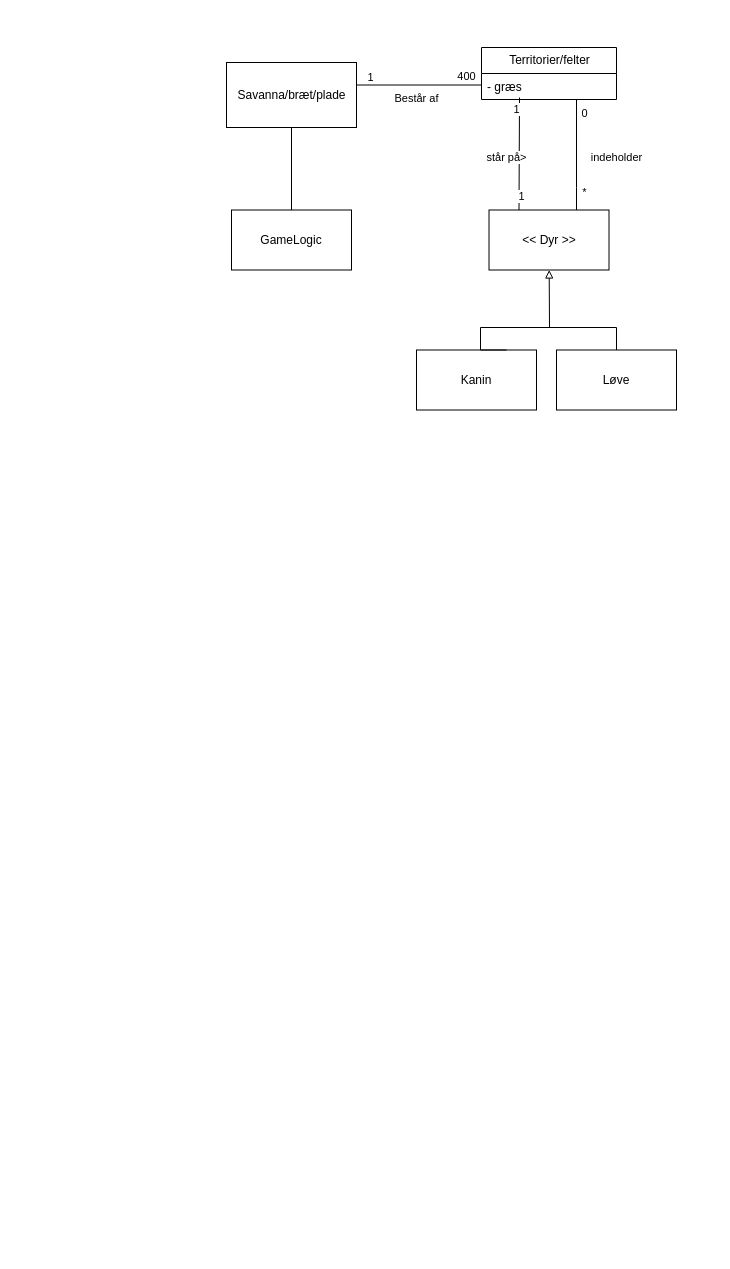
Earlier version of the draw.io diagram SavannahGame_Domain.drawio (JesperlaCour/SavannahGame). Source tidied: cells renumbered, new cells numbered last; positions are measured from the earlier drawing's top-left corner, leaving out a move shared by most shapes. Both pictures are drawn from the tidied source at 100%, with x=0, y=0 at pixel (226, 47).
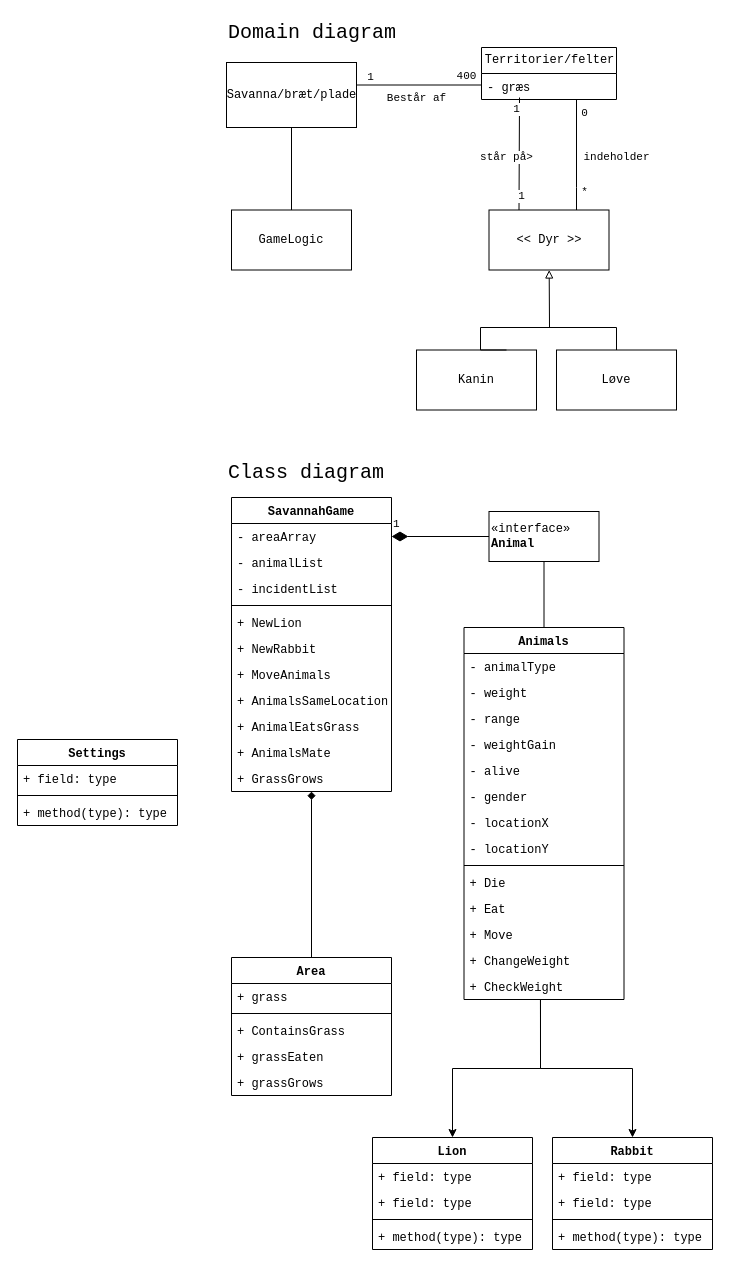
The same diagram, later.

Diff of the diagram source:
```diff
@@
-    <mxCell id="2" value="Består af" style="edgeStyle=orthogonalEdgeStyle;rounded=0;orthogonalLoop=1;jettySize=auto;html=1;endArrow=none;endFill=0;" parent="1" edge="1">
+    <mxCell id="2" value="Består af" style="edgeStyle=orthogonalEdgeStyle;rounded=0;orthogonalLoop=1;jettySize=auto;html=1;endArrow=none;endFill=0;fontFamily=Courier New;" parent="1" edge="1">
       <mxGeometry x="-0.04" y="-12" relative="1" as="geometry">
         <mxPoint x="130" y="37.5" as="sourcePoint" />
         <mxPoint x="255" y="37.5" as="targetPoint" />
         <mxPoint y="1" as="offset" />
       </mxGeometry>
     </mxCell>
-    <mxCell id="3" value="1" style="edgeLabel;html=1;align=center;verticalAlign=middle;" parent="2" vertex="1">
+    <mxCell id="3" value="1" style="edgeLabel;html=1;align=center;verticalAlign=middle;fontFamily=Courier New;" parent="2" vertex="1">
       <mxGeometry x="-0.66" y="-1" relative="1" as="geometry">
         <mxPoint x="-8" y="-9.5" as="offset" />
       </mxGeometry>
     </mxCell>
-    <mxCell id="4" value="400" style="edgeLabel;html=1;align=center;verticalAlign=middle;" parent="2" vertex="1">
+    <mxCell id="4" value="400" style="edgeLabel;html=1;align=center;verticalAlign=middle;fontFamily=Courier New;" parent="2" vertex="1">
       <mxGeometry x="0.82" y="1" relative="1" as="geometry">
         <mxPoint x="-5" y="-8.5" as="offset" />
       </mxGeometry>
     </mxCell>
-    <mxCell id="5" style="edgeStyle=orthogonalEdgeStyle;rounded=0;jettySize=auto;html=1;endArrow=none;endFill=0;" parent="1" edge="1" source="6" target="17">
+    <mxCell id="5" style="edgeStyle=orthogonalEdgeStyle;rounded=0;jettySize=auto;html=1;endArrow=none;endFill=0;fontFamily=Courier New;" parent="1" edge="1" source="6" target="17">
       <mxGeometry relative="1" as="geometry" />
     </mxCell>
-    <mxCell id="6" value="Savanna/bræt/plade" style="html=1;" parent="1" vertex="1">
+    <mxCell id="6" value="Savanna/bræt/plade" style="html=1;fontFamily=Courier New;" parent="1" vertex="1">
       <mxGeometry y="15" width="130" height="65" as="geometry" />
     </mxCell>
-    <mxCell id="7" value="indeholder" style="edgeStyle=orthogonalEdgeStyle;rounded=0;jettySize=auto;html=1;endArrow=none;endFill=0;" parent="1" edge="1" source="10" target="13">
+    <mxCell id="7" value="indeholder" style="edgeStyle=orthogonalEdgeStyle;rounded=0;jettySize=auto;html=1;endArrow=none;endFill=0;fontFamily=Courier New;" parent="1" edge="1" source="10" target="13">
       <mxGeometry x="0.59" y="50" relative="1" as="geometry">
         <Array as="points">
           <mxPoint x="350" y="140" />
           <mxPoint x="350" y="140" />
         </Array>
         <mxPoint x="-10" y="-30" as="offset" />
       </mxGeometry>
     </mxCell>
-    <mxCell id="8" value="0" style="edgeLabel;html=1;align=center;verticalAlign=middle;" parent="7" vertex="1">
+    <mxCell id="8" value="0" style="edgeLabel;html=1;align=center;verticalAlign=middle;fontFamily=Courier New;" parent="7" vertex="1">
       <mxGeometry x="-0.76" y="3" relative="1" as="geometry">
         <mxPoint x="4.5" as="offset" />
       </mxGeometry>
     </mxCell>
-    <mxCell id="9" value="*" style="edgeLabel;html=1;align=center;verticalAlign=middle;" parent="7" vertex="1">
+    <mxCell id="9" value="*" style="edgeLabel;html=1;align=center;verticalAlign=middle;fontFamily=Courier New;" parent="7" vertex="1">
       <mxGeometry x="0.55" relative="1" as="geometry">
         <mxPoint x="7.5" y="6" as="offset" />
       </mxGeometry>
     </mxCell>
-    <mxCell id="10" value="Territorier/felter" style="swimlane;fontStyle=0;horizontal=1;startSize=26;fillColor=#ffffff;fontFamily=Helvetica;fontSize=12;fontColor=#000000;align=center;strokeColor=#000000;html=1;" parent="1" vertex="1">
-      <mxGeometry x="255" width="135" height="52" as="geometry" />
-    </mxCell>
-    <mxCell id="11" value="- græs" style="text;strokeColor=none;fillColor=none;align=left;verticalAlign=top;spacingLeft=4;spacingRight=4;overflow=hidden;" parent="10" vertex="1">
-      <mxGeometry y="26" width="135" height="26" as="geometry" />
-    </mxCell>
-    <mxCell id="12" style="rounded=0;jettySize=auto;html=1;endArrow=none;endFill=0;startArrow=block;startFill=0;" parent="1" edge="1" source="13">
+    <mxCell id="12" style="rounded=0;jettySize=auto;html=1;endArrow=none;endFill=0;startArrow=block;startFill=0;fontFamily=Courier New;" parent="1" edge="1" source="13">
       <mxGeometry relative="1" as="geometry">
         <mxPoint x="323" y="280" as="targetPoint" />
       </mxGeometry>
     </mxCell>
-    <mxCell id="13" value="&amp;lt;&amp;lt; Dyr &amp;gt;&amp;gt;" style="whiteSpace=wrap;html=1;" parent="1" vertex="1">
+    <mxCell id="13" value="&amp;lt;&amp;lt; Dyr &amp;gt;&amp;gt;" style="whiteSpace=wrap;html=1;fontFamily=Courier New;" parent="1" vertex="1">
       <mxGeometry x="262.5" y="162.5" width="120" height="60" as="geometry" />
     </mxCell>
-    <mxCell id="14" value="Kanin" style="whiteSpace=wrap;html=1;" parent="1" vertex="1">
+    <mxCell id="14" value="Kanin" style="whiteSpace=wrap;html=1;fontFamily=Courier New;" parent="1" vertex="1">
       <mxGeometry x="190" y="302.5" width="120" height="60" as="geometry" />
     </mxCell>
-    <mxCell id="15" style="edgeStyle=orthogonalEdgeStyle;rounded=0;jettySize=auto;html=1;endArrow=none;endFill=0;entryX=0.75;entryY=0;entryDx=0;entryDy=0;" parent="1" edge="1" target="14">
+    <mxCell id="15" style="edgeStyle=orthogonalEdgeStyle;rounded=0;jettySize=auto;html=1;endArrow=none;endFill=0;entryX=0.75;entryY=0;entryDx=0;entryDy=0;fontFamily=Courier New;" parent="1" edge="1" target="14">
       <mxGeometry relative="1" as="geometry">
         <mxPoint x="390" y="303" as="sourcePoint" />
         <Array as="points">
           <mxPoint x="390" y="280" />
           <mxPoint x="254" y="280" />
         </Array>
       </mxGeometry>
     </mxCell>
-    <mxCell id="16" value="Løve" style="whiteSpace=wrap;html=1;" parent="1" vertex="1">
+    <mxCell id="16" value="Løve" style="whiteSpace=wrap;html=1;fontFamily=Courier New;" parent="1" vertex="1">
       <mxGeometry x="330" y="302.5" width="120" height="60" as="geometry" />
     </mxCell>
-    <mxCell id="17" value="GameLogic" style="whiteSpace=wrap;html=1;" parent="1" vertex="1">
+    <mxCell id="17" value="GameLogic" style="whiteSpace=wrap;html=1;fontFamily=Courier New;" parent="1" vertex="1">
       <mxGeometry x="5" y="162.5" width="120" height="60" as="geometry" />
     </mxCell>
-    <mxCell id="18" value="står på&amp;gt;" style="endArrow=none;html=1;exitX=0.25;exitY=0;exitDx=0;exitDy=0;" parent="1" edge="1" source="13">
+    <mxCell id="18" value="står på&amp;gt;" style="endArrow=none;html=1;exitX=0.25;exitY=0;exitDx=0;exitDy=0;fontFamily=Courier New;" parent="1" edge="1" source="13">
       <mxGeometry x="-0.07" y="13" relative="1" as="geometry">
         <mxPoint x="293" y="50" as="targetPoint" />
       </mxGeometry>
     </mxCell>
-    <mxCell id="19" value="1" style="edgeLabel;html=1;align=center;verticalAlign=middle;" parent="18" vertex="1">
+    <mxCell id="19" value="1" style="edgeLabel;html=1;align=center;verticalAlign=middle;fontFamily=Courier New;" parent="18" vertex="1">
       <mxGeometry x="-0.76" y="-2" relative="1" as="geometry" />
     </mxCell>
-    <mxCell id="20" value="1" style="edgeLabel;html=1;align=center;verticalAlign=middle;" parent="18" vertex="1">
+    <mxCell id="20" value="1" style="edgeLabel;html=1;align=center;verticalAlign=middle;fontFamily=Courier New;" parent="18" vertex="1">
       <mxGeometry x="0.8" y="3" relative="1" as="geometry" />
     </mxCell>
+    <mxCell id="10" value="Territorier/felter" style="swimlane;fontStyle=0;horizontal=1;startSize=26;fillColor=#ffffff;fontFamily=Courier New;fontSize=12;fontColor=#000000;align=center;strokeColor=#000000;html=1;" parent="1" vertex="1">
+      <mxGeometry x="255" width="135" height="52" as="geometry" />
+    </mxCell>
+    <mxCell id="11" value="- græs" style="text;strokeColor=none;fillColor=none;align=left;verticalAlign=top;spacingLeft=4;spacingRight=4;overflow=hidden;fontFamily=Courier New;" parent="10" vertex="1">
+      <mxGeometry y="26" width="135" height="26" as="geometry" />
+    </mxCell>
+    <mxCell id="21" value="&lt;font style=&quot;font-size: 20px&quot;&gt;Domain diagram&lt;/font&gt;" style="text;html=1;strokeColor=none;fillColor=none;align=left;verticalAlign=middle;whiteSpace=wrap;rounded=0;fontFamily=Courier New;" parent="1" vertex="1">
+      <mxGeometry y="-30" width="201" height="30" as="geometry" />
+    </mxCell>
+    <mxCell id="22" value="&lt;font style=&quot;font-size: 20px&quot;&gt;Class diagram&lt;br&gt;&lt;/font&gt;" style="text;html=1;strokeColor=none;fillColor=none;align=left;verticalAlign=middle;whiteSpace=wrap;rounded=0;fontFamily=Courier New;" parent="1" vertex="1">
+      <mxGeometry y="410" width="201" height="30" as="geometry" />
+    </mxCell>
+    <mxCell id="23" style="edgeStyle=orthogonalEdgeStyle;rounded=0;jettySize=auto;html=1;fontFamily=Courier New;endArrow=none;endFill=0;startArrow=diamond;startFill=1;" parent="1" edge="1" source="54" target="70">
+      <mxGeometry relative="1" as="geometry" />
+    </mxCell>
+    <mxCell id="24" style="edgeStyle=orthogonalEdgeStyle;rounded=0;jettySize=auto;html=1;fontFamily=Courier New;exitX=0.478;exitY=1.013;exitDx=0;exitDy=0;exitPerimeter=0;" parent="1" edge="1" source="43" target="49">
+      <mxGeometry relative="1" as="geometry" />
+    </mxCell>
+    <mxCell id="25" style="edgeStyle=orthogonalEdgeStyle;rounded=0;jettySize=auto;html=1;fontFamily=Courier New;exitX=0.478;exitY=0.981;exitDx=0;exitDy=0;exitPerimeter=0;" parent="1" edge="1" source="43" target="44">
+      <mxGeometry relative="1" as="geometry" />
+    </mxCell>
+    <mxCell id="26" value="«interface»&lt;br&gt;&lt;b&gt;Animal&lt;/b&gt;" style="html=1;fontFamily=Courier New;align=left;" parent="1" vertex="1">
+      <mxGeometry x="262.5" y="464" width="110" height="50" as="geometry" />
+    </mxCell>
+    <mxCell id="27" style="endArrow=none;html=1;fontFamily=Courier New;exitX=0.5;exitY=1;exitDx=0;exitDy=0;" parent="1" edge="1" source="26" target="29">
+      <mxGeometry relative="1" as="geometry" />
+    </mxCell>
+    <mxCell id="28" value="1" style="endArrow=none;html=1;endSize=12;startArrow=diamondThin;startSize=14;startFill=1;align=left;verticalAlign=bottom;fontFamily=Courier New;elbow=vertical;rounded=0;endFill=0;exitX=1;exitY=0.5;exitDx=0;exitDy=0;" parent="1" edge="1" source="55" target="26">
+      <mxGeometry x="-1" y="3" relative="1" as="geometry" />
+    </mxCell>
+    <mxCell id="29" value="Animals" style="swimlane;fontStyle=1;align=center;verticalAlign=top;horizontal=1;startSize=26;fontFamily=Courier New;" parent="1" vertex="1">
+      <mxGeometry x="237.5" y="580" width="160" height="372" as="geometry" />
+    </mxCell>
+    <mxCell id="30" value="- animalType&#10;" style="text;strokeColor=none;fillColor=none;align=left;verticalAlign=top;spacingLeft=4;spacingRight=4;overflow=hidden;fontFamily=Courier New;" parent="29" vertex="1">
+      <mxGeometry y="26" width="160" height="26" as="geometry" />
+    </mxCell>
+    <mxCell id="31" value="- weight" style="text;strokeColor=none;fillColor=none;align=left;verticalAlign=top;spacingLeft=4;spacingRight=4;overflow=hidden;fontFamily=Courier New;" parent="29" vertex="1">
+      <mxGeometry y="52" width="160" height="26" as="geometry" />
+    </mxCell>
+    <mxCell id="32" value="- range" style="text;strokeColor=none;fillColor=none;align=left;verticalAlign=top;spacingLeft=4;spacingRight=4;overflow=hidden;fontFamily=Courier New;" parent="29" vertex="1">
+      <mxGeometry y="78" width="160" height="26" as="geometry" />
+    </mxCell>
+    <mxCell id="33" value="- weightGain" style="text;strokeColor=none;fillColor=none;align=left;verticalAlign=top;spacingLeft=4;spacingRight=4;overflow=hidden;fontFamily=Courier New;" parent="29" vertex="1">
+      <mxGeometry y="104" width="160" height="26" as="geometry" />
+    </mxCell>
+    <mxCell id="34" value="- alive" style="text;strokeColor=none;fillColor=none;align=left;verticalAlign=top;spacingLeft=4;spacingRight=4;overflow=hidden;fontFamily=Courier New;" parent="29" vertex="1">
+      <mxGeometry y="130" width="160" height="26" as="geometry" />
+    </mxCell>
+    <mxCell id="35" value="- gender" style="text;strokeColor=none;fillColor=none;align=left;verticalAlign=top;spacingLeft=4;spacingRight=4;overflow=hidden;fontFamily=Courier New;" parent="29" vertex="1">
+      <mxGeometry y="156" width="160" height="26" as="geometry" />
+    </mxCell>
+    <mxCell id="36" value="- locationX" style="text;strokeColor=none;fillColor=none;align=left;verticalAlign=top;spacingLeft=4;spacingRight=4;overflow=hidden;fontFamily=Courier New;" parent="29" vertex="1">
+      <mxGeometry y="182" width="160" height="26" as="geometry" />
+    </mxCell>
+    <mxCell id="37" value="- locationY" style="text;strokeColor=none;fillColor=none;align=left;verticalAlign=top;spacingLeft=4;spacingRight=4;overflow=hidden;fontFamily=Courier New;" parent="29" vertex="1">
+      <mxGeometry y="208" width="160" height="26" as="geometry" />
+    </mxCell>
+    <mxCell id="38" style="line;strokeWidth=1;fillColor=none;align=left;verticalAlign=middle;spacingTop=-1;spacingLeft=3;spacingRight=3;labelPosition=right;fontFamily=Courier New;" parent="29" vertex="1">
+      <mxGeometry y="234" width="160" height="8" as="geometry" />
+    </mxCell>
+    <mxCell id="39" value="+ Die" style="text;strokeColor=none;fillColor=none;align=left;verticalAlign=top;spacingLeft=4;spacingRight=4;overflow=hidden;fontFamily=Courier New;" parent="29" vertex="1">
+      <mxGeometry y="242" width="160" height="26" as="geometry" />
+    </mxCell>
+    <mxCell id="40" value="+ Eat" style="text;strokeColor=none;fillColor=none;align=left;verticalAlign=top;spacingLeft=4;spacingRight=4;overflow=hidden;fontFamily=Courier New;" parent="29" vertex="1">
+      <mxGeometry y="268" width="160" height="26" as="geometry" />
+    </mxCell>
+    <mxCell id="41" value="+ Move" style="text;strokeColor=none;fillColor=none;align=left;verticalAlign=top;spacingLeft=4;spacingRight=4;overflow=hidden;fontFamily=Courier New;" parent="29" vertex="1">
+      <mxGeometry y="294" width="160" height="26" as="geometry" />
+    </mxCell>
+    <mxCell id="42" value="+ ChangeWeight" style="text;strokeColor=none;fillColor=none;align=left;verticalAlign=top;spacingLeft=4;spacingRight=4;overflow=hidden;fontFamily=Courier New;" parent="29" vertex="1">
+      <mxGeometry y="320" width="160" height="26" as="geometry" />
+    </mxCell>
+    <mxCell id="43" value="+ CheckWeight" style="text;strokeColor=none;fillColor=none;align=left;verticalAlign=top;spacingLeft=4;spacingRight=4;overflow=hidden;points=[[0,0.5],[1,0.5]];portConstraint=eastwest;fontFamily=Courier New;" parent="29" vertex="1">
+      <mxGeometry y="346" width="160" height="26" as="geometry" />
+    </mxCell>
+    <mxCell id="44" value="Lion" style="swimlane;fontStyle=1;align=center;verticalAlign=top;horizontal=1;startSize=26;fontFamily=Courier New;" parent="1" vertex="1">
+      <mxGeometry x="146" y="1090" width="160" height="112" as="geometry" />
+    </mxCell>
+    <mxCell id="45" value="+ field: type" style="text;strokeColor=none;fillColor=none;align=left;verticalAlign=top;spacingLeft=4;spacingRight=4;overflow=hidden;fontFamily=Courier New;" parent="44" vertex="1">
+      <mxGeometry y="26" width="160" height="26" as="geometry" />
+    </mxCell>
+    <mxCell id="46" value="+ field: type" style="text;strokeColor=none;fillColor=none;align=left;verticalAlign=top;spacingLeft=4;spacingRight=4;overflow=hidden;fontFamily=Courier New;" parent="44" vertex="1">
+      <mxGeometry y="52" width="160" height="26" as="geometry" />
+    </mxCell>
+    <mxCell id="47" style="line;strokeWidth=1;fillColor=none;align=left;verticalAlign=middle;spacingTop=-1;spacingLeft=3;spacingRight=3;labelPosition=right;fontFamily=Courier New;" parent="44" vertex="1">
+      <mxGeometry y="78" width="160" height="8" as="geometry" />
+    </mxCell>
+    <mxCell id="48" value="+ method(type): type" style="text;strokeColor=none;fillColor=none;align=left;verticalAlign=top;spacingLeft=4;spacingRight=4;overflow=hidden;fontFamily=Courier New;" parent="44" vertex="1">
+      <mxGeometry y="86" width="160" height="26" as="geometry" />
+    </mxCell>
+    <mxCell id="49" value="Rabbit" style="swimlane;fontStyle=1;align=center;verticalAlign=top;horizontal=1;startSize=26;fontFamily=Courier New;" parent="1" vertex="1">
+      <mxGeometry x="326" y="1090" width="160" height="112" as="geometry" />
+    </mxCell>
+    <mxCell id="50" value="+ field: type" style="text;strokeColor=none;fillColor=none;align=left;verticalAlign=top;spacingLeft=4;spacingRight=4;overflow=hidden;fontFamily=Courier New;" parent="49" vertex="1">
+      <mxGeometry y="26" width="160" height="26" as="geometry" />
+    </mxCell>
+    <mxCell id="51" value="+ field: type" style="text;strokeColor=none;fillColor=none;align=left;verticalAlign=top;spacingLeft=4;spacingRight=4;overflow=hidden;fontFamily=Courier New;" parent="49" vertex="1">
+      <mxGeometry y="52" width="160" height="26" as="geometry" />
+    </mxCell>
+    <mxCell id="52" style="line;strokeWidth=1;fillColor=none;align=left;verticalAlign=middle;spacingTop=-1;spacingLeft=3;spacingRight=3;labelPosition=right;fontFamily=Courier New;" parent="49" vertex="1">
+      <mxGeometry y="78" width="160" height="8" as="geometry" />
+    </mxCell>
+    <mxCell id="53" value="+ method(type): type" style="text;strokeColor=none;fillColor=none;align=left;verticalAlign=top;spacingLeft=4;spacingRight=4;overflow=hidden;fontFamily=Courier New;" parent="49" vertex="1">
+      <mxGeometry y="86" width="160" height="26" as="geometry" />
+    </mxCell>
+    <mxCell id="54" value="SavannahGame" style="swimlane;fontStyle=1;align=center;verticalAlign=top;horizontal=1;startSize=26;fontFamily=Courier New;" parent="1" vertex="1">
+      <mxGeometry x="5" y="450" width="160" height="294" as="geometry" />
+    </mxCell>
+    <mxCell id="55" value="- areaArray" style="text;strokeColor=none;fillColor=none;align=left;verticalAlign=top;spacingLeft=4;spacingRight=4;overflow=hidden;points=[[0,0.5],[1,0.5]];portConstraint=eastwest;fontFamily=Courier New;" parent="54" vertex="1">
+      <mxGeometry y="26" width="160" height="26" as="geometry" />
+    </mxCell>
+    <mxCell id="56" value="- animalList" style="text;strokeColor=none;fillColor=none;align=left;verticalAlign=top;spacingLeft=4;spacingRight=4;overflow=hidden;fontFamily=Courier New;" parent="54" vertex="1">
+      <mxGeometry y="52" width="160" height="26" as="geometry" />
+    </mxCell>
+    <mxCell id="57" value="- incidentList" style="text;strokeColor=none;fillColor=none;align=left;verticalAlign=top;spacingLeft=4;spacingRight=4;overflow=hidden;fontFamily=Courier New;" parent="54" vertex="1">
+      <mxGeometry y="78" width="160" height="26" as="geometry" />
+    </mxCell>
+    <mxCell id="58" style="line;strokeWidth=1;fillColor=none;align=left;verticalAlign=middle;spacingTop=-1;spacingLeft=3;spacingRight=3;labelPosition=right;fontFamily=Courier New;" parent="54" vertex="1">
+      <mxGeometry y="104" width="160" height="8" as="geometry" />
+    </mxCell>
+    <mxCell id="59" value="+ NewLion" style="text;strokeColor=none;fillColor=none;align=left;verticalAlign=top;spacingLeft=4;spacingRight=4;overflow=hidden;fontFamily=Courier New;" parent="54" vertex="1">
+      <mxGeometry y="112" width="160" height="26" as="geometry" />
+    </mxCell>
+    <mxCell id="60" value="+ NewRabbit" style="text;strokeColor=none;fillColor=none;align=left;verticalAlign=top;spacingLeft=4;spacingRight=4;overflow=hidden;fontFamily=Courier New;" parent="54" vertex="1">
+      <mxGeometry y="138" width="160" height="26" as="geometry" />
+    </mxCell>
+    <mxCell id="61" value="+ MoveAnimals" style="text;strokeColor=none;fillColor=none;align=left;verticalAlign=top;spacingLeft=4;spacingRight=4;overflow=hidden;fontFamily=Courier New;" parent="54" vertex="1">
+      <mxGeometry y="164" width="160" height="26" as="geometry" />
+    </mxCell>
+    <mxCell id="62" value="+ AnimalsSameLocation" style="text;strokeColor=none;fillColor=none;align=left;verticalAlign=top;spacingLeft=4;spacingRight=4;overflow=hidden;fontFamily=Courier New;" parent="54" vertex="1">
+      <mxGeometry y="190" width="160" height="26" as="geometry" />
+    </mxCell>
+    <mxCell id="63" value="+ AnimalEatsGrass" style="text;strokeColor=none;fillColor=none;align=left;verticalAlign=top;spacingLeft=4;spacingRight=4;overflow=hidden;fontFamily=Courier New;" parent="54" vertex="1">
+      <mxGeometry y="216" width="160" height="26" as="geometry" />
+    </mxCell>
+    <mxCell id="64" value="+ AnimalsMate" style="text;strokeColor=none;fillColor=none;align=left;verticalAlign=top;spacingLeft=4;spacingRight=4;overflow=hidden;fontFamily=Courier New;" parent="54" vertex="1">
+      <mxGeometry y="242" width="160" height="26" as="geometry" />
+    </mxCell>
+    <mxCell id="65" value="+ GrassGrows" style="text;strokeColor=none;fillColor=none;align=left;verticalAlign=top;spacingLeft=4;spacingRight=4;overflow=hidden;fontFamily=Courier New;" parent="54" vertex="1">
+      <mxGeometry y="268" width="160" height="26" as="geometry" />
+    </mxCell>
+    <mxCell id="66" value="Settings" style="swimlane;fontStyle=1;align=center;verticalAlign=top;horizontal=1;startSize=26;fontFamily=Courier New;" parent="1" vertex="1">
+      <mxGeometry x="-209" y="692" width="160" height="86" as="geometry" />
+    </mxCell>
+    <mxCell id="67" value="+ field: type" style="text;strokeColor=none;fillColor=none;align=left;verticalAlign=top;spacingLeft=4;spacingRight=4;overflow=hidden;fontFamily=Courier New;" parent="66" vertex="1">
+      <mxGeometry y="26" width="160" height="26" as="geometry" />
+    </mxCell>
+    <mxCell id="68" style="line;strokeWidth=1;fillColor=none;align=left;verticalAlign=middle;spacingTop=-1;spacingLeft=3;spacingRight=3;labelPosition=right;fontFamily=Courier New;" parent="66" vertex="1">
+      <mxGeometry y="52" width="160" height="8" as="geometry" />
+    </mxCell>
+    <mxCell id="69" value="+ method(type): type" style="text;strokeColor=none;fillColor=none;align=left;verticalAlign=top;spacingLeft=4;spacingRight=4;overflow=hidden;fontFamily=Courier New;" parent="66" vertex="1">
+      <mxGeometry y="60" width="160" height="26" as="geometry" />
+    </mxCell>
+    <mxCell id="70" value="Area&#10;" style="swimlane;fontStyle=1;align=center;verticalAlign=top;horizontal=1;startSize=26;fontFamily=Courier New;" parent="1" vertex="1">
+      <mxGeometry x="5" y="910" width="160" height="138" as="geometry" />
+    </mxCell>
+    <mxCell id="71" value="+ grass" style="text;strokeColor=none;fillColor=none;align=left;verticalAlign=top;spacingLeft=4;spacingRight=4;overflow=hidden;fontFamily=Courier New;" parent="70" vertex="1">
+      <mxGeometry y="26" width="160" height="26" as="geometry" />
+    </mxCell>
+    <mxCell id="72" style="line;strokeWidth=1;fillColor=none;align=left;verticalAlign=middle;spacingTop=-1;spacingLeft=3;spacingRight=3;labelPosition=right;fontFamily=Courier New;" parent="70" vertex="1">
+      <mxGeometry y="52" width="160" height="8" as="geometry" />
+    </mxCell>
+    <mxCell id="73" value="+ ContainsGrass" style="text;strokeColor=none;fillColor=none;align=left;verticalAlign=top;spacingLeft=4;spacingRight=4;overflow=hidden;fontFamily=Courier New;" parent="70" vertex="1">
+      <mxGeometry y="60" width="160" height="26" as="geometry" />
+    </mxCell>
+    <mxCell id="74" value="+ grassEaten" style="text;strokeColor=none;fillColor=none;align=left;verticalAlign=top;spacingLeft=4;spacingRight=4;overflow=hidden;fontFamily=Courier New;" parent="70" vertex="1">
+      <mxGeometry y="86" width="160" height="26" as="geometry" />
+    </mxCell>
+    <mxCell id="75" value="+ grassGrows" style="text;strokeColor=none;fillColor=none;align=left;verticalAlign=top;spacingLeft=4;spacingRight=4;overflow=hidden;fontFamily=Courier New;" parent="70" vertex="1">
+      <mxGeometry y="112" width="160" height="26" as="geometry" />
+    </mxCell>
```
